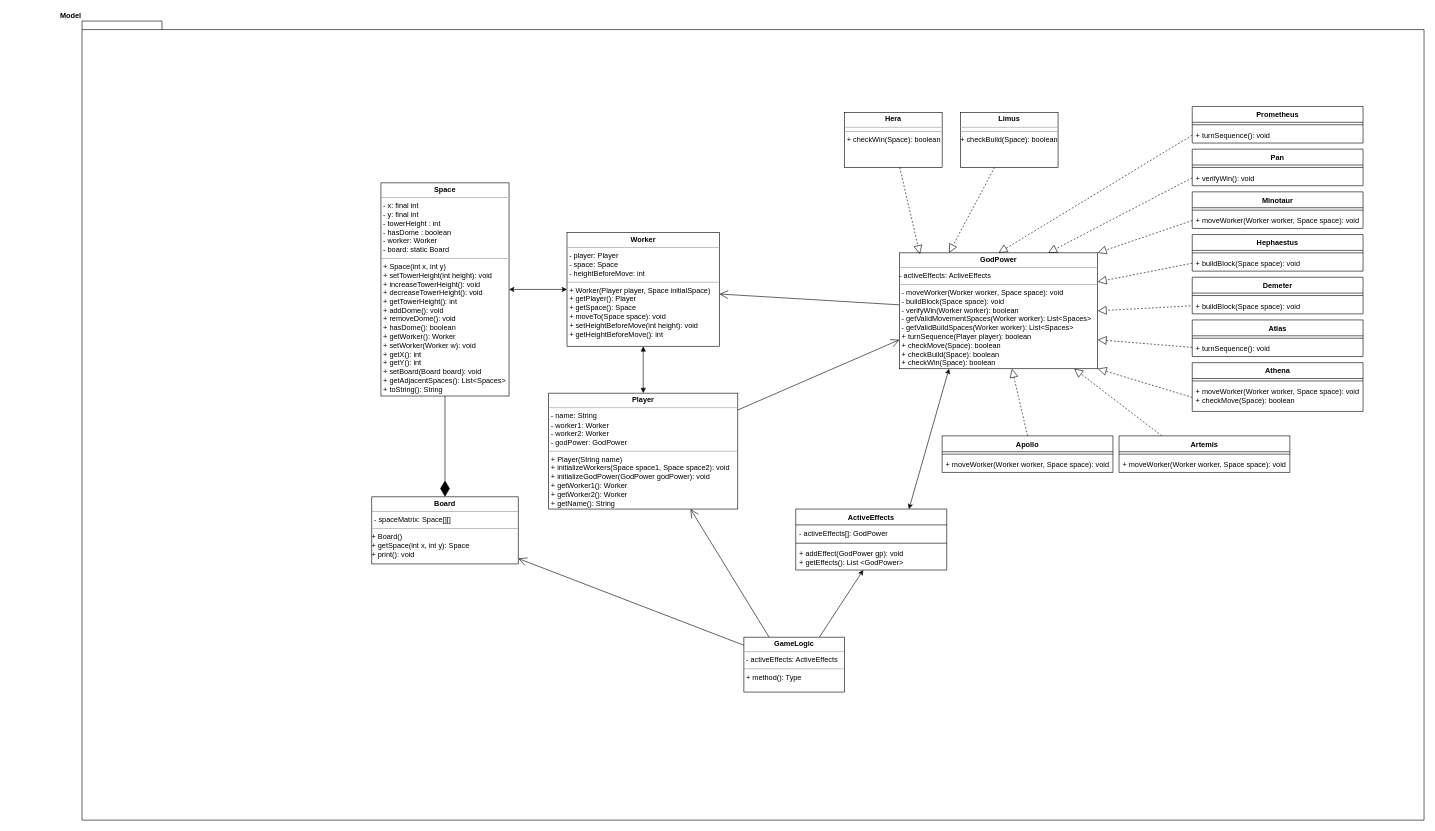
Above: UMLv2.0.drawio in AGuadagno/Santorini_multiplayer_videogame_Java (draw.io), before the change. Source tidied: cells renumbered, new cells numbered last; positions are measured from the earlier drawing's top-left corner, leaving out a move shared by most shapes. Both pictures are drawn from the tidied source at 61%, with x=0, y=0 at pixel (82, 21).
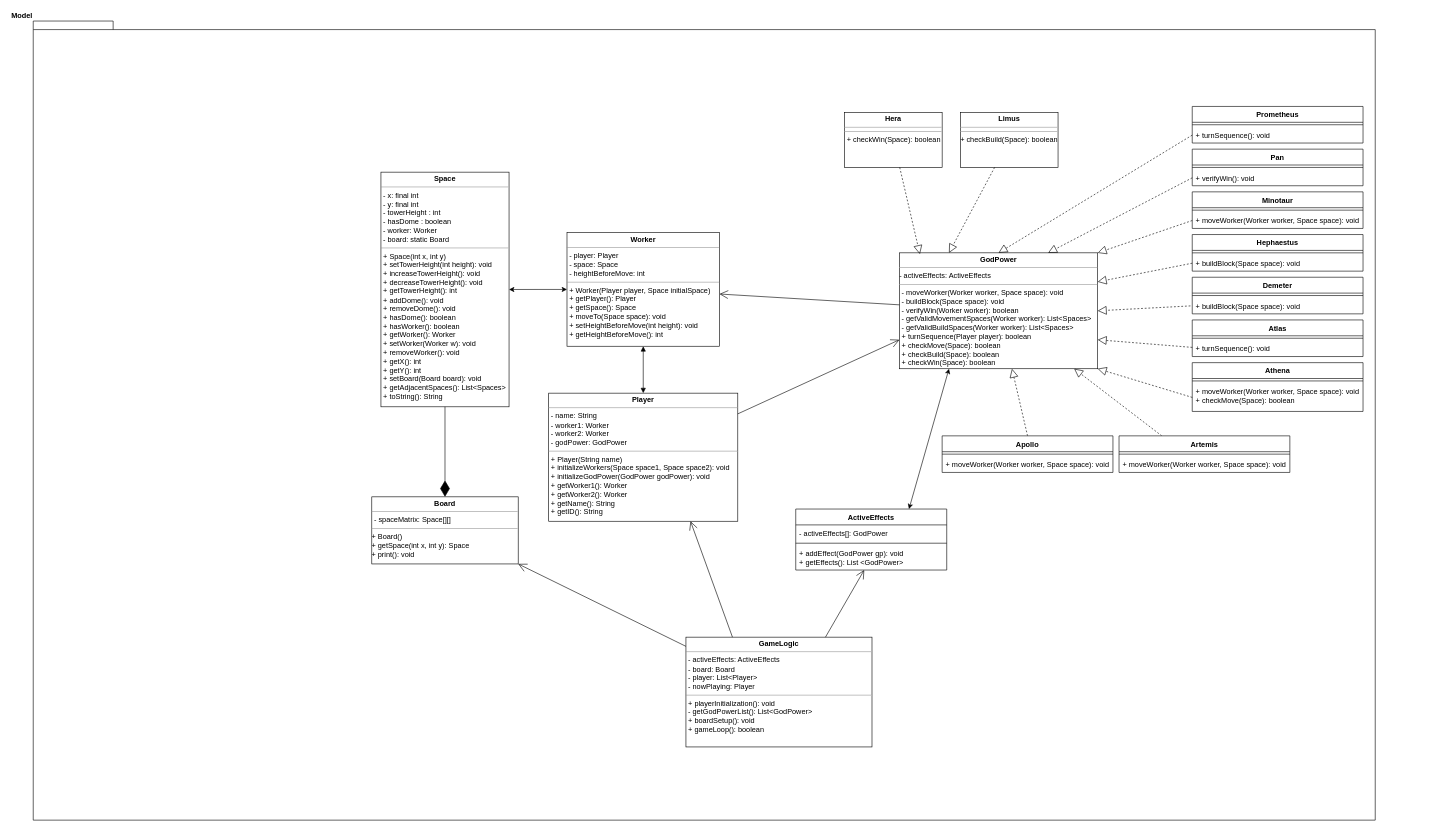
The same diagram, later.

Unchanged cells that the change refers to:
```xml
<mxCell id="8" value="&lt;p style=&quot;margin: 0px ; margin-top: 4px ; text-align: center&quot;&gt;&lt;b&gt;Board&lt;/b&gt;&lt;br&gt;&lt;/p&gt;&lt;hr size=&quot;1&quot;&gt;&lt;p style=&quot;margin: 0px ; margin-left: 4px&quot;&gt;- spaceMatrix: Space[][]&lt;/p&gt;&lt;hr size=&quot;1&quot;&gt;&lt;div&gt;+ Board()&lt;br&gt;&lt;/div&gt;&lt;div&gt;+ getSpace(int x, int y): Space&lt;/div&gt;&lt;div&gt;+ print(): void&lt;br&gt;&lt;/div&gt;" style="verticalAlign=top;align=left;overflow=fill;fontSize=12;fontFamily=Helvetica;html=1;" parent="1" vertex="1">
  <mxGeometry x="475" y="780" width="240" height="110" as="geometry" />
</mxCell>
<mxCell id="61" value="+ addEffect(GodPower gp): void&#10;+ getEffects(): List &lt;GodPower&gt;" style="text;strokeColor=none;fillColor=none;align=left;verticalAlign=top;spacingLeft=4;spacingRight=4;overflow=hidden;points=[[0,0.5],[1,0.5]];portConstraint=eastwest;" parent="58" vertex="1">
  <mxGeometry y="60" width="247.5" height="40" as="geometry" />
</mxCell>
```

The edit, as a diff of the source:
```diff
@@
     <mxCell id="2" value="&lt;div&gt;Model&lt;/div&gt;" style="shape=folder;fontStyle=1;spacingTop=10;tabWidth=40;tabHeight=14;tabPosition=left;html=1;labelPosition=left;verticalLabelPosition=top;align=right;verticalAlign=bottom;" parent="1" vertex="1">
-      <mxGeometry width="2200" height="1310" as="geometry" />
+      <mxGeometry x="-80" width="2200" height="1310" as="geometry" />
     </mxCell>
-    <mxCell id="3" value="&lt;p style=&quot;margin: 0px ; margin-top: 4px ; text-align: center&quot;&gt;&lt;b&gt;Space&lt;/b&gt;&lt;br&gt;&lt;/p&gt;&lt;hr size=&quot;1&quot;&gt;&lt;p style=&quot;margin: 0px ; margin-left: 4px&quot;&gt;- x: final int&lt;/p&gt;&lt;p style=&quot;margin: 0px ; margin-left: 4px&quot;&gt;- y: final int&lt;br&gt;&lt;/p&gt;&lt;p style=&quot;margin: 0px ; margin-left: 4px&quot;&gt;- towerHeight : int&lt;/p&gt;&lt;p style=&quot;margin: 0px ; margin-left: 4px&quot;&gt;- hasDome : boolean&lt;/p&gt;&lt;p style=&quot;margin: 0px ; margin-left: 4px&quot;&gt;- worker: Worker&lt;/p&gt;&lt;p style=&quot;margin: 0px ; margin-left: 4px&quot;&gt;- board: static Board&lt;br&gt;&lt;/p&gt;&lt;hr size=&quot;1&quot;&gt;&lt;p style=&quot;margin: 0px ; margin-left: 4px&quot;&gt;+ Space(int x, int y)&lt;br&gt;&lt;/p&gt;&lt;p style=&quot;margin: 0px ; margin-left: 4px&quot;&gt;+ setTowerHeight(int height): void&lt;/p&gt;&lt;p style=&quot;margin: 0px ; margin-left: 4px&quot;&gt;+ increaseTowerHeight(): void&lt;/p&gt;&lt;p style=&quot;margin: 0px ; margin-left: 4px&quot;&gt;+ decreaseTowerHeight(): void&lt;br&gt;&lt;/p&gt;&lt;p style=&quot;margin: 0px ; margin-left: 4px&quot;&gt;+ getTowerHeight(): int&lt;/p&gt;&lt;p style=&quot;margin: 0px ; margin-left: 4px&quot;&gt;+ addDome(): void&lt;/p&gt;&lt;p style=&quot;margin: 0px ; margin-left: 4px&quot;&gt;+ removeDome(): void&lt;br&gt;&lt;/p&gt;&lt;p style=&quot;margin: 0px ; margin-left: 4px&quot;&gt;+ hasDome(): boolean&lt;/p&gt;&lt;p style=&quot;margin: 0px ; margin-left: 4px&quot;&gt;+ getWorker(): Worker&lt;/p&gt;&lt;p style=&quot;margin: 0px ; margin-left: 4px&quot;&gt;+ setWorker(Worker w): void&lt;/p&gt;&lt;p style=&quot;margin: 0px ; margin-left: 4px&quot;&gt;+ getX(): int&lt;/p&gt;&lt;p style=&quot;margin: 0px ; margin-left: 4px&quot;&gt;+ getY(): int&lt;/p&gt;&lt;p style=&quot;margin: 0px ; margin-left: 4px&quot;&gt;+ setBoard(Board board): void&lt;/p&gt;&lt;p style=&quot;margin: 0px ; margin-left: 4px&quot;&gt;+ getAdjacentSpaces(): List&amp;lt;Spaces&amp;gt;&lt;/p&gt;&lt;p style=&quot;margin: 0px ; margin-left: 4px&quot;&gt;+ toString(): String&lt;br&gt;&lt;/p&gt;&lt;p style=&quot;margin: 0px ; margin-left: 4px&quot;&gt;&lt;br&gt;&lt;/p&gt;" style="verticalAlign=top;align=left;overflow=fill;fontSize=12;fontFamily=Helvetica;html=1;" parent="1" vertex="1">
-      <mxGeometry x="490" y="265.3" width="210" height="349.4" as="geometry" />
+    <mxCell id="3" value="&lt;p style=&quot;margin: 0px ; margin-top: 4px ; text-align: center&quot;&gt;&lt;b&gt;Space&lt;/b&gt;&lt;br&gt;&lt;/p&gt;&lt;hr size=&quot;1&quot;&gt;&lt;p style=&quot;margin: 0px ; margin-left: 4px&quot;&gt;- x: final int&lt;/p&gt;&lt;p style=&quot;margin: 0px ; margin-left: 4px&quot;&gt;- y: final int&lt;br&gt;&lt;/p&gt;&lt;p style=&quot;margin: 0px ; margin-left: 4px&quot;&gt;- towerHeight : int&lt;/p&gt;&lt;p style=&quot;margin: 0px ; margin-left: 4px&quot;&gt;- hasDome : boolean&lt;/p&gt;&lt;p style=&quot;margin: 0px ; margin-left: 4px&quot;&gt;- worker: Worker&lt;/p&gt;&lt;p style=&quot;margin: 0px ; margin-left: 4px&quot;&gt;- board: static Board&lt;br&gt;&lt;/p&gt;&lt;hr size=&quot;1&quot;&gt;&lt;p style=&quot;margin: 0px ; margin-left: 4px&quot;&gt;+ Space(int x, int y)&lt;br&gt;&lt;/p&gt;&lt;p style=&quot;margin: 0px ; margin-left: 4px&quot;&gt;+ setTowerHeight(int height): void&lt;/p&gt;&lt;p style=&quot;margin: 0px ; margin-left: 4px&quot;&gt;+ increaseTowerHeight(): void&lt;/p&gt;&lt;p style=&quot;margin: 0px ; margin-left: 4px&quot;&gt;+ decreaseTowerHeight(): void&lt;br&gt;&lt;/p&gt;&lt;p style=&quot;margin: 0px ; margin-left: 4px&quot;&gt;+ getTowerHeight(): int&lt;/p&gt;&lt;p style=&quot;margin: 0px ; margin-left: 4px&quot;&gt;+ addDome(): void&lt;/p&gt;&lt;p style=&quot;margin: 0px ; margin-left: 4px&quot;&gt;+ removeDome(): void&lt;br&gt;&lt;/p&gt;&lt;p style=&quot;margin: 0px ; margin-left: 4px&quot;&gt;+ hasDome(): boolean&lt;/p&gt;&lt;p style=&quot;margin: 0px ; margin-left: 4px&quot;&gt;+ hasWorker(): boolean&lt;br&gt;&lt;/p&gt;&lt;p style=&quot;margin: 0px ; margin-left: 4px&quot;&gt;+ getWorker(): Worker&lt;/p&gt;&lt;p style=&quot;margin: 0px ; margin-left: 4px&quot;&gt;+ setWorker(Worker w): void&lt;/p&gt;&lt;p style=&quot;margin: 0px ; margin-left: 4px&quot;&gt;+ removeWorker(): void&lt;br&gt;&lt;/p&gt;&lt;p style=&quot;margin: 0px ; margin-left: 4px&quot;&gt;+ getX(): int&lt;/p&gt;&lt;p style=&quot;margin: 0px ; margin-left: 4px&quot;&gt;+ getY(): int&lt;/p&gt;&lt;p style=&quot;margin: 0px ; margin-left: 4px&quot;&gt;+ setBoard(Board board): void&lt;/p&gt;&lt;p style=&quot;margin: 0px ; margin-left: 4px&quot;&gt;+ getAdjacentSpaces(): List&amp;lt;Spaces&amp;gt;&lt;/p&gt;&lt;p style=&quot;margin: 0px ; margin-left: 4px&quot;&gt;+ toString(): String&lt;br&gt;&lt;/p&gt;&lt;p style=&quot;margin: 0px ; margin-left: 4px&quot;&gt;&lt;br&gt;&lt;/p&gt;" style="verticalAlign=top;align=left;overflow=fill;fontSize=12;fontFamily=Helvetica;html=1;" parent="1" vertex="1">
+      <mxGeometry x="490" y="247.7" width="210" height="384.7" as="geometry" />
     </mxCell>
@@
-    <mxCell id="6" value="&lt;p style=&quot;margin: 0px ; margin-top: 4px ; text-align: center&quot;&gt;&lt;b&gt;Player&lt;/b&gt;&lt;br&gt;&lt;/p&gt;&lt;hr size=&quot;1&quot;&gt;&lt;p style=&quot;margin: 0px ; margin-left: 4px&quot;&gt;- name: String&lt;/p&gt;&lt;p style=&quot;margin: 0px ; margin-left: 4px&quot;&gt;- worker1: Worker&lt;/p&gt;&lt;p style=&quot;margin: 0px ; margin-left: 4px&quot;&gt;- worker2: Worker&lt;/p&gt;&lt;p style=&quot;margin: 0px ; margin-left: 4px&quot;&gt;- godPower: GodPower&lt;br&gt;&lt;/p&gt;&lt;hr size=&quot;1&quot;&gt;&lt;p style=&quot;margin: 0px ; margin-left: 4px&quot;&gt;+ Player(String name)&lt;/p&gt;&lt;p style=&quot;margin: 0px ; margin-left: 4px&quot;&gt;+ initializeWorkers(Space space1, Space space2): void&lt;br&gt;&lt;/p&gt;&lt;p style=&quot;margin: 0px ; margin-left: 4px&quot;&gt;+ initializeGodPower(GodPower godPower): void&lt;/p&gt;&lt;p style=&quot;margin: 0px ; margin-left: 4px&quot;&gt;+ getWorker1(): Worker&lt;/p&gt;&lt;p style=&quot;margin: 0px ; margin-left: 4px&quot;&gt;+ getWorker2(): Worker&lt;/p&gt;&lt;p style=&quot;margin: 0px ; margin-left: 4px&quot;&gt;+ getName(): String&lt;br&gt;&lt;/p&gt;&lt;p style=&quot;margin: 0px ; margin-left: 4px&quot;&gt;&lt;br&gt;&lt;/p&gt;" style="verticalAlign=top;align=left;overflow=fill;fontSize=12;fontFamily=Helvetica;html=1;" parent="1" vertex="1">
-      <mxGeometry x="765" y="610" width="310" height="190" as="geometry" />
+    <mxCell id="6" value="&lt;p style=&quot;margin: 0px ; margin-top: 4px ; text-align: center&quot;&gt;&lt;b&gt;Player&lt;/b&gt;&lt;br&gt;&lt;/p&gt;&lt;hr size=&quot;1&quot;&gt;&lt;p style=&quot;margin: 0px ; margin-left: 4px&quot;&gt;- name: String&lt;/p&gt;&lt;p style=&quot;margin: 0px ; margin-left: 4px&quot;&gt;- worker1: Worker&lt;/p&gt;&lt;p style=&quot;margin: 0px ; margin-left: 4px&quot;&gt;- worker2: Worker&lt;/p&gt;&lt;p style=&quot;margin: 0px ; margin-left: 4px&quot;&gt;- godPower: GodPower&lt;br&gt;&lt;/p&gt;&lt;hr size=&quot;1&quot;&gt;&lt;p style=&quot;margin: 0px ; margin-left: 4px&quot;&gt;+ Player(String name)&lt;/p&gt;&lt;p style=&quot;margin: 0px ; margin-left: 4px&quot;&gt;+ initializeWorkers(Space space1, Space space2): void&lt;br&gt;&lt;/p&gt;&lt;p style=&quot;margin: 0px ; margin-left: 4px&quot;&gt;+ initializeGodPower(GodPower godPower): void&lt;/p&gt;&lt;p style=&quot;margin: 0px ; margin-left: 4px&quot;&gt;+ getWorker1(): Worker&lt;/p&gt;&lt;p style=&quot;margin: 0px ; margin-left: 4px&quot;&gt;+ getWorker2(): Worker&lt;/p&gt;&lt;p style=&quot;margin: 0px ; margin-left: 4px&quot;&gt;+ getName(): String&lt;/p&gt;&lt;p style=&quot;margin: 0px ; margin-left: 4px&quot;&gt;+ getID(): String&lt;br&gt;&lt;/p&gt;&lt;p style=&quot;margin: 0px ; margin-left: 4px&quot;&gt;&lt;br&gt;&lt;/p&gt;" style="verticalAlign=top;align=left;overflow=fill;fontSize=12;fontFamily=Helvetica;html=1;" parent="1" vertex="1">
+      <mxGeometry x="765" y="610" width="310" height="210" as="geometry" />
     </mxCell>
@@
-    <mxCell id="46" value="&lt;p style=&quot;margin: 0px ; margin-top: 4px ; text-align: center&quot;&gt;&lt;b&gt;GameLogic&lt;/b&gt;&lt;/p&gt;&lt;hr size=&quot;1&quot;&gt;&lt;p style=&quot;margin: 0px ; margin-left: 4px&quot;&gt;- activeEffects: ActiveEffects&lt;/p&gt;&lt;hr size=&quot;1&quot;&gt;&lt;p style=&quot;margin: 0px ; margin-left: 4px&quot;&gt;+ method(): Type&lt;/p&gt;" style="verticalAlign=top;align=left;overflow=fill;fontSize=12;fontFamily=Helvetica;html=1;" parent="1" vertex="1">
-      <mxGeometry x="1085" y="1010" width="165" height="90" as="geometry" />
+    <mxCell id="46" value="&lt;p style=&quot;margin: 0px ; margin-top: 4px ; text-align: center&quot;&gt;&lt;b&gt;GameLogic&lt;/b&gt;&lt;/p&gt;&lt;hr size=&quot;1&quot;&gt;&lt;p style=&quot;margin: 0px ; margin-left: 4px&quot;&gt;- activeEffects: ActiveEffects&lt;/p&gt;&lt;p style=&quot;margin: 0px ; margin-left: 4px&quot;&gt;- board: Board&lt;/p&gt;&lt;p style=&quot;margin: 0px ; margin-left: 4px&quot;&gt;- player: List&amp;lt;Player&amp;gt;&lt;/p&gt;&lt;p style=&quot;margin: 0px ; margin-left: 4px&quot;&gt;- nowPlaying: Player&lt;br&gt;&lt;/p&gt;&lt;hr size=&quot;1&quot;&gt;&lt;p style=&quot;margin: 0px ; margin-left: 4px&quot;&gt;+ playerInitialization(): void&lt;/p&gt;&lt;p style=&quot;margin: 0px ; margin-left: 4px&quot;&gt;- getGodPowerList(): List&amp;lt;GodPower&amp;gt;&lt;br&gt;&lt;/p&gt;&lt;p style=&quot;margin: 0px ; margin-left: 4px&quot;&gt;+ boardSetup(): void&lt;/p&gt;&lt;p style=&quot;margin: 0px ; margin-left: 4px&quot;&gt;+ gameLoop(): boolean&lt;/p&gt;" style="verticalAlign=top;align=left;overflow=fill;fontSize=12;fontFamily=Helvetica;html=1;" parent="1" vertex="1">
+      <mxGeometry x="990" y="1010" width="305" height="180" as="geometry" />
     </mxCell>
@@
-    <mxCell id="49" style="endArrow=open;endFill=1;endSize=12;html=1;" parent="1" edge="1" source="46" target="8">
+    <mxCell id="49" style="endArrow=open;endFill=1;endSize=12;html=1;entryX=1;entryY=1;entryDx=0;entryDy=0;" parent="1" edge="1" source="46" target="8">
       <mxGeometry relative="1" as="geometry" />
     </mxCell>
@@
-    <mxCell id="57" style="endArrow=classic;html=1;exitX=0.75;exitY=0;exitDx=0;exitDy=0;" parent="1" edge="1" source="46" target="61">
-      <mxGeometry relative="1" as="geometry" />
-    </mxCell>
@@
+    <mxCell id="57" style="endArrow=open;endFill=1;endSize=12;html=1;exitX=0.75;exitY=0;exitDx=0;exitDy=0;" parent="1" edge="1" source="46" target="61">
+      <mxGeometry relative="1" as="geometry" />
+    </mxCell>
```
